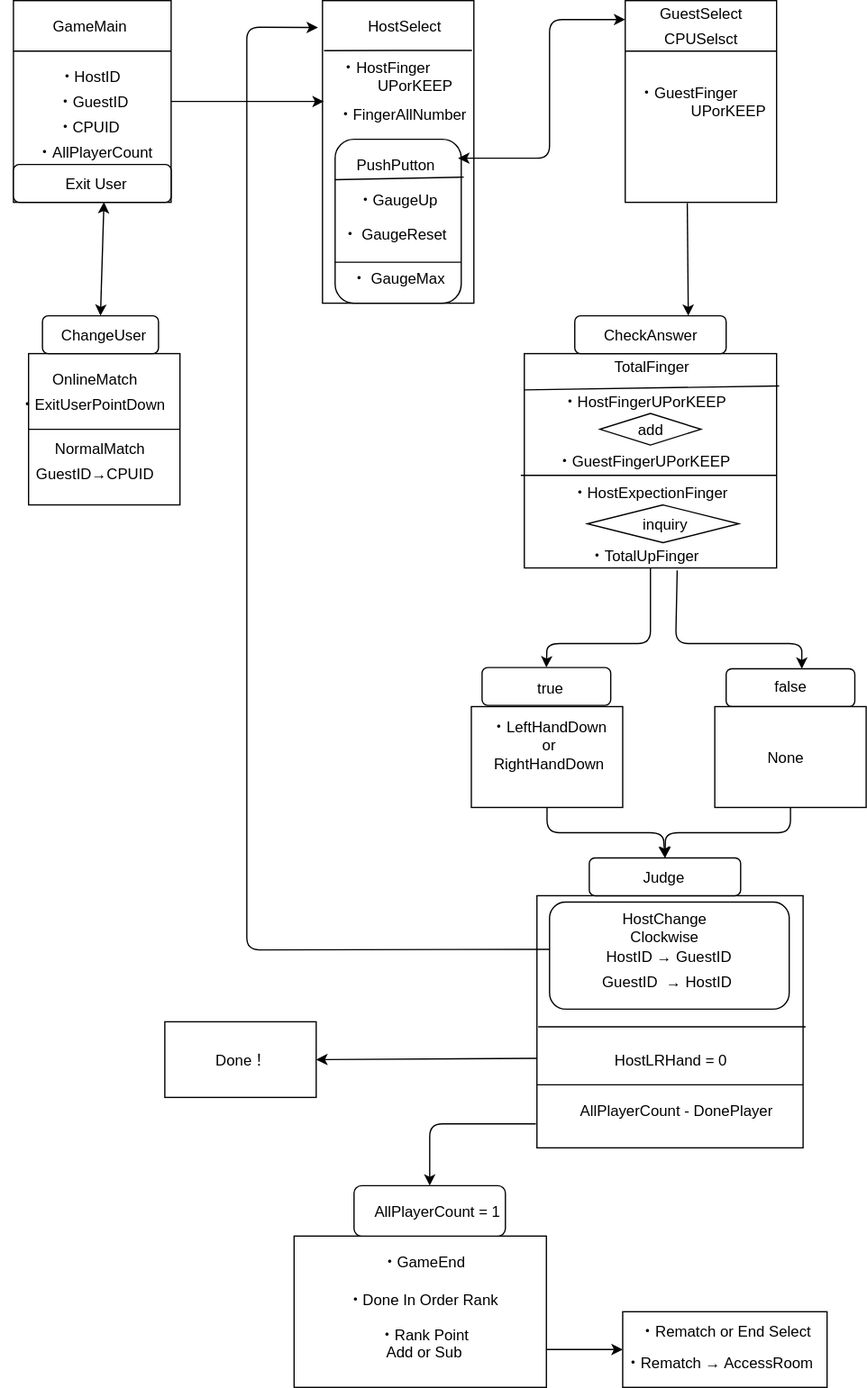
Above: メインクラス図.drawio のコピー.svg in netWork2019WinterMan/netWork2019WinterMan (draw.io), before the change. Source tidied: cells renumbered, new cells last; positions are measured from the earlier drawing's top-left corner, leaving out a move shared by most shapes.
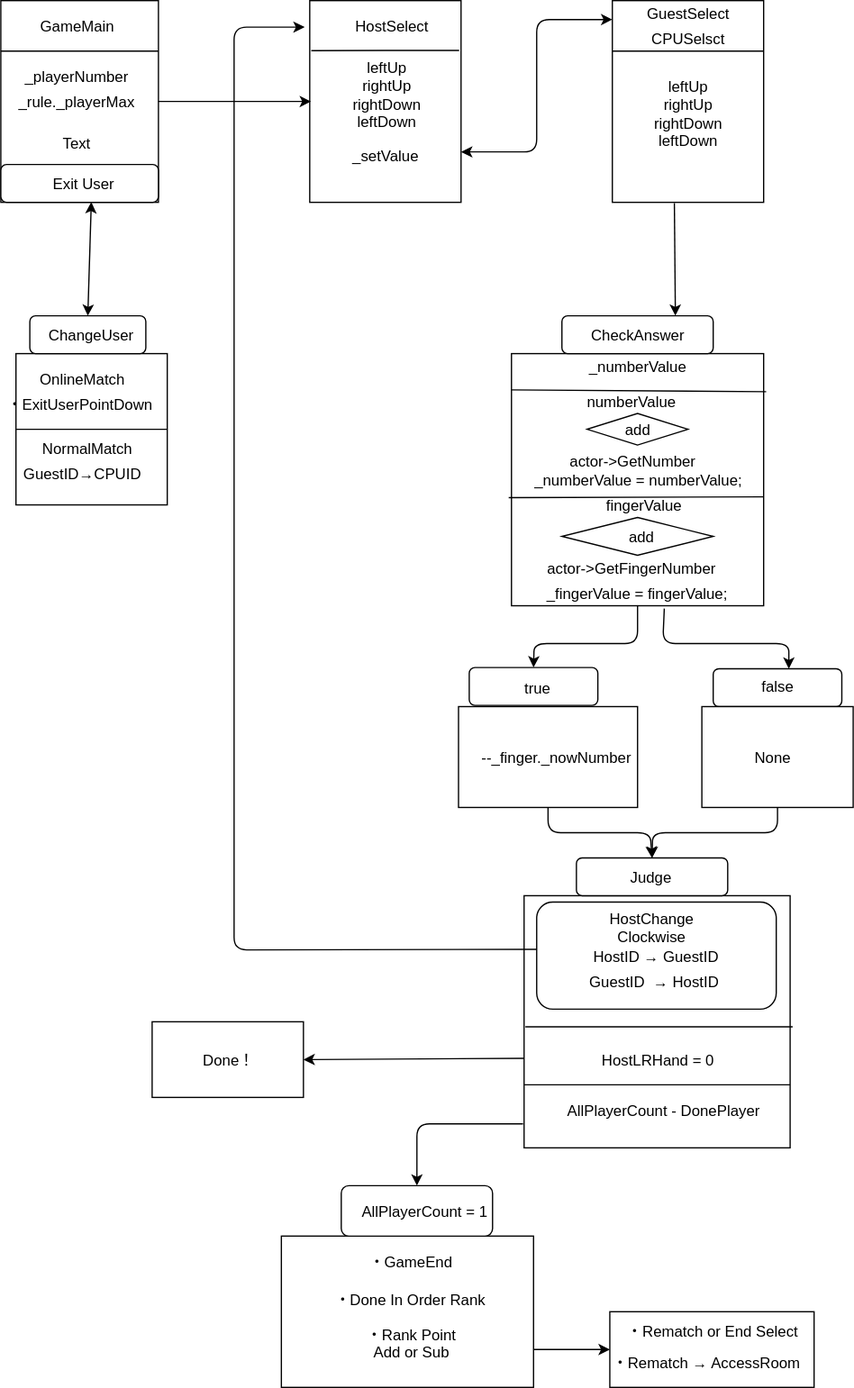
After the commit.

Commit message:
Update メインクラス図.drawio のコピー.svg

What changed in the source:
```diff
@@ -5,8 +5,8 @@
     <mxCell id="2" style="rounded=1;whiteSpace=wrap;html=1;" parent="1" vertex="1">
       <mxGeometry x="435" y="715" width="190" height="60" as="geometry" />
     </mxCell>
-    <mxCell id="3" style="rounded=0;whiteSpace=wrap;html=1;" parent="1" vertex="1">
-      <mxGeometry x="255" width="120" height="240" as="geometry" />
+    <mxCell id="3" style="text;html=1;strokeColor=#000000;fillColor=#ffffff;align=center;verticalAlign=middle;whiteSpace=wrap;rounded=0;fontFamily=Helvetica;fontSize=12;fontColor=#000000;" parent="1" vertex="1">
+      <mxGeometry x="255" width="120" height="160" as="geometry" />
     </mxCell>
     <mxCell id="4" style="endArrow=none;html=1;entryX=0.75;entryY=0;entryDx=0;entryDy=0;exitX=0.217;exitY=0.01;exitDx=0;exitDy=0;exitPerimeter=0;" parent="1" edge="1">
       <mxGeometry relative="1" as="geometry">
@@ -29,15 +29,6 @@
     <mxCell id="8" value="GameMain" style="text;html=1;strokeColor=none;fillColor=none;align=center;verticalAlign=middle;whiteSpace=wrap;rounded=0;" parent="1" vertex="1">
       <mxGeometry x="10" y="10" width="120" height="20" as="geometry" />
     </mxCell>
-    <mxCell id="9" value="・HostID" style="text;html=1;strokeColor=none;fillColor=none;align=center;verticalAlign=middle;whiteSpace=wrap;rounded=0;" parent="1" vertex="1">
-      <mxGeometry y="50" width="140" height="20" as="geometry" />
-    </mxCell>
-    <mxCell id="10" value="・GuestID" style="text;html=1;strokeColor=none;fillColor=none;align=center;verticalAlign=middle;whiteSpace=wrap;rounded=0;" parent="1" vertex="1">
-      <mxGeometry x="17.5" y="70" width="110" height="20" as="geometry" />
-    </mxCell>
-    <mxCell id="11" value="・CPUID" style="text;html=1;strokeColor=none;fillColor=none;align=center;verticalAlign=middle;whiteSpace=wrap;rounded=0;" parent="1" vertex="1">
-      <mxGeometry y="90" width="140" height="20" as="geometry" />
-    </mxCell>
     <mxCell id="12" style="edgeStyle=orthogonalEdgeStyle;rounded=0;orthogonalLoop=1;jettySize=auto;html=1;exitX=0.5;exitY=1;exitDx=0;exitDy=0;" parent="1" edge="1">
       <mxGeometry relative="1" as="geometry">
         <mxPoint x="320" y="80" as="sourcePoint" />
@@ -56,33 +47,9 @@
     <mxCell id="16" value="CPUSelsct" style="text;html=1;strokeColor=none;fillColor=none;align=center;verticalAlign=middle;whiteSpace=wrap;rounded=0;" parent="1" vertex="1">
       <mxGeometry x="495" y="20" width="120" height="20" as="geometry" />
     </mxCell>
-    <mxCell id="17" value="・GuestFinger&lt;br&gt;&amp;nbsp; &amp;nbsp; &amp;nbsp; &amp;nbsp; &amp;nbsp; &amp;nbsp; &amp;nbsp; &amp;nbsp; &amp;nbsp; &amp;nbsp;UPorKEEP" style="text;html=1;strokeColor=none;fillColor=none;align=center;verticalAlign=middle;whiteSpace=wrap;rounded=0;" parent="1" vertex="1">
-      <mxGeometry x="435" y="70" width="220" height="20" as="geometry" />
+    <mxCell id="17" value="leftUp&lt;br&gt;rightUp&lt;br&gt;rightDown&lt;br&gt;leftDown" style="text;html=1;strokeColor=none;fillColor=none;align=center;verticalAlign=middle;whiteSpace=wrap;rounded=0;" parent="1" vertex="1">
+      <mxGeometry x="520" y="52.5" width="70" height="75" as="geometry" />
     </mxCell>
-    <mxCell id="18" style="rounded=1;whiteSpace=wrap;html=1;" parent="1" vertex="1">
-      <mxGeometry x="265" y="110" width="100" height="130" as="geometry" />
-    </mxCell>
-    <mxCell id="19" value="PushPutton" style="text;html=1;strokeColor=none;fillColor=none;align=center;verticalAlign=middle;whiteSpace=wrap;rounded=0;" parent="1" vertex="1">
-      <mxGeometry x="262.5" y="120" width="100" height="20" as="geometry" />
-    </mxCell>
-    <mxCell id="20" style="endArrow=none;html=1;" parent="1" edge="1">
-      <mxGeometry relative="1" as="geometry">
-        <mxPoint x="265" y="142" as="sourcePoint" />
-        <mxPoint x="367" y="140" as="targetPoint" />
-      </mxGeometry>
-    </mxCell>
-    <mxCell id="21" value="・GaugeUp" style="text;html=1;strokeColor=none;fillColor=none;align=center;verticalAlign=middle;whiteSpace=wrap;rounded=0;" parent="1" vertex="1">
-      <mxGeometry x="265" y="147.5" width="100" height="20" as="geometry" />
-    </mxCell>
-    <mxCell id="22" value="・ GaugeMax" style="text;html=1;strokeColor=none;fillColor=none;align=center;verticalAlign=middle;whiteSpace=wrap;rounded=0;" parent="1" vertex="1">
-      <mxGeometry x="262.5" y="210" width="105" height="20" as="geometry" />
-    </mxCell>
-    <mxCell id="23" style="endArrow=none;html=1;entryX=1;entryY=0.75;entryDx=0;entryDy=0;exitX=0;exitY=0.75;exitDx=0;exitDy=0;" parent="1" edge="1" source="18" target="18">
-      <mxGeometry relative="1" as="geometry" />
-    </mxCell>
-    <mxCell id="24" value="・ GaugeReset" style="text;html=1;strokeColor=none;fillColor=none;align=center;verticalAlign=middle;whiteSpace=wrap;rounded=0;" parent="1" vertex="1">
-      <mxGeometry x="267.5" y="175" width="90" height="20" as="geometry" />
-    </mxCell>
     <mxCell id="25" style="endArrow=classic;html=1;exitX=1;exitY=0.5;exitDx=0;exitDy=0;" parent="1" edge="1" source="6">
       <mxGeometry relative="1" as="geometry">
         <mxPoint x="256" y="80" as="targetPoint" />
@@ -103,16 +70,16 @@
     <mxCell id="30" value="GuestID→CPUID" style="text;html=1;strokeColor=none;fillColor=none;align=center;verticalAlign=middle;whiteSpace=wrap;rounded=0;" parent="1" vertex="1">
       <mxGeometry x="15" y="365" width="120" height="20" as="geometry" />
     </mxCell>
-    <mxCell id="31" style="endArrow=classic;startArrow=classic;html=1;entryX=0;entryY=0.75;entryDx=0;entryDy=0;exitX=1;exitY=0.25;exitDx=0;exitDy=0;" parent="1" edge="1" source="19" target="15">
+    <mxCell id="31" style="endArrow=classic;startArrow=classic;html=1;entryX=0;entryY=0.75;entryDx=0;entryDy=0;exitX=1;exitY=0.75;exitDx=0;exitDy=0;" parent="1" edge="1" source="3" target="15">
       <mxGeometry relative="1" as="geometry">
         <Array as="points">
-          <mxPoint x="435" y="125" />
+          <mxPoint x="435" y="120" />
           <mxPoint x="435" y="15" />
         </Array>
       </mxGeometry>
     </mxCell>
     <mxCell id="32" style="rounded=0;whiteSpace=wrap;html=1;" parent="1" vertex="1">
-      <mxGeometry x="415" y="280" width="200" height="170" as="geometry" />
+      <mxGeometry x="415" y="280" width="200" height="200" as="geometry" />
     </mxCell>
     <mxCell id="33" style="rounded=1;whiteSpace=wrap;html=1;" parent="1" vertex="1">
       <mxGeometry x="455" y="250" width="120" height="30" as="geometry" />
@@ -141,10 +108,10 @@
     <mxCell id="41" style="endArrow=classic;startArrow=classic;html=1;exitX=0.5;exitY=0;exitDx=0;exitDy=0;entryX=0.574;entryY=0.993;entryDx=0;entryDy=0;entryPerimeter=0;" parent="1" edge="1" source="37" target="27">
       <mxGeometry relative="1" as="geometry" />
     </mxCell>
-    <mxCell id="42" value="・HostFinger&lt;br&gt;&amp;nbsp; &amp;nbsp; &amp;nbsp; &amp;nbsp; &amp;nbsp; &amp;nbsp; &amp;nbsp; UPorKEEP" style="text;html=1;strokeColor=none;fillColor=none;align=center;verticalAlign=middle;whiteSpace=wrap;rounded=0;" parent="1" vertex="1">
-      <mxGeometry x="247.5" y="40" width="115" height="40" as="geometry" />
+    <mxCell id="42" value="leftUp&lt;br&gt;rightUp&lt;br&gt;rightDown&lt;br&gt;leftDown" style="text;html=1;strokeColor=none;fillColor=none;align=center;verticalAlign=middle;whiteSpace=wrap;rounded=0;" parent="1" vertex="1">
+      <mxGeometry x="258" y="40" width="115" height="70" as="geometry" />
     </mxCell>
-    <mxCell id="43" value="・HostFingerUPorKEEP" style="text;html=1;strokeColor=none;fillColor=none;align=center;verticalAlign=middle;whiteSpace=wrap;rounded=0;" parent="1" vertex="1">
+    <mxCell id="43" value="numberValue" style="text;html=1;strokeColor=none;fillColor=none;align=center;verticalAlign=middle;whiteSpace=wrap;rounded=0;" parent="1" vertex="1">
       <mxGeometry x="415" y="300" width="190" height="35" as="geometry" />
     </mxCell>
     <mxCell id="44" style="rhombus;whiteSpace=wrap;html=1;direction=west;" parent="1" vertex="1">
@@ -153,35 +120,32 @@
     <mxCell id="45" value="add" style="text;html=1;strokeColor=none;fillColor=none;align=center;verticalAlign=middle;whiteSpace=wrap;rounded=0;" parent="1" vertex="1">
       <mxGeometry x="495" y="330" width="40" height="20" as="geometry" />
     </mxCell>
-    <mxCell id="46" value="・GuestFingerUPorKEEP" style="text;html=1;strokeColor=none;fillColor=none;align=center;verticalAlign=middle;whiteSpace=wrap;rounded=0;" parent="1" vertex="1">
+    <mxCell id="46" value="actor-&amp;gt;GetNumber" style="text;html=1;strokeColor=none;fillColor=none;align=center;verticalAlign=middle;whiteSpace=wrap;rounded=0;" parent="1" vertex="1">
       <mxGeometry x="400" y="355" width="220" height="20" as="geometry" />
     </mxCell>
-    <mxCell id="47" style="endArrow=none;html=1;entryX=1;entryY=0.568;entryDx=0;entryDy=0;exitX=-0.014;exitY=-0.17;exitDx=0;exitDy=0;exitPerimeter=0;entryPerimeter=0;" parent="1" edge="1" source="49" target="32">
+    <mxCell id="47" style="endArrow=none;html=1;entryX=1;entryY=0.568;entryDx=0;entryDy=0;exitX=-0.011;exitY=0.571;exitDx=0;exitDy=0;entryPerimeter=0;exitPerimeter=0;" parent="1" edge="1" source="32" target="32">
       <mxGeometry relative="1" as="geometry" />
     </mxCell>
-    <mxCell id="48" value="・FingerAllNumber" style="text;html=1;strokeColor=none;fillColor=none;align=center;verticalAlign=middle;whiteSpace=wrap;rounded=0;" parent="1" vertex="1">
-      <mxGeometry x="262.5" y="80" width="110" height="20" as="geometry" />
-    </mxCell>
-    <mxCell id="49" value="・HostExpectionFinger" style="text;html=1;strokeColor=none;fillColor=none;align=center;verticalAlign=middle;whiteSpace=wrap;rounded=0;" parent="1" vertex="1">
-      <mxGeometry x="415" y="380" width="200" height="20" as="geometry" />
+    <mxCell id="49" value="fingerValue" style="text;html=1;strokeColor=none;fillColor=none;align=center;verticalAlign=middle;whiteSpace=wrap;rounded=0;" parent="1" vertex="1">
+      <mxGeometry x="420" y="390" width="200" height="20" as="geometry" />
     </mxCell>
     <mxCell id="50" style="rhombus;whiteSpace=wrap;html=1;" parent="1" vertex="1">
-      <mxGeometry x="465" y="400" width="120" height="30" as="geometry" />
+      <mxGeometry x="455" y="410" width="120" height="30" as="geometry" />
     </mxCell>
-    <mxCell id="51" value="inquiry" style="text;html=1;strokeColor=none;fillColor=none;align=center;verticalAlign=middle;whiteSpace=wrap;rounded=0;" parent="1" vertex="1">
-      <mxGeometry x="478" y="405" width="97" height="20" as="geometry" />
+    <mxCell id="51" value="add" style="text;html=1;strokeColor=none;fillColor=none;align=center;verticalAlign=middle;whiteSpace=wrap;rounded=0;" parent="1" vertex="1">
+      <mxGeometry x="469" y="415" width="97" height="20" as="geometry" />
     </mxCell>
-    <mxCell id="52" value="・TotalUpFinger" style="text;html=1;strokeColor=none;fillColor=none;align=center;verticalAlign=middle;whiteSpace=wrap;rounded=0;" parent="1" vertex="1">
-      <mxGeometry x="410" y="430" width="200" height="20" as="geometry" />
+    <mxCell id="52" value="actor-&amp;gt;GetFingerNumber" style="text;html=1;strokeColor=none;fillColor=none;align=center;verticalAlign=middle;whiteSpace=wrap;rounded=0;" parent="1" vertex="1">
+      <mxGeometry x="410" y="440" width="200" height="20" as="geometry" />
     </mxCell>
     <mxCell id="53" style="endArrow=none;html=1;entryX=1.01;entryY=0.151;entryDx=0;entryDy=0;entryPerimeter=0;exitX=0;exitY=0.25;exitDx=0;exitDy=0;" parent="1" edge="1" source="43" target="32">
       <mxGeometry relative="1" as="geometry" />
     </mxCell>
-    <mxCell id="54" value="TotalFinger" style="text;html=1;strokeColor=none;fillColor=none;align=center;verticalAlign=middle;whiteSpace=wrap;rounded=0;" parent="1" vertex="1">
+    <mxCell id="54" value="_numberValue" style="text;html=1;strokeColor=none;fillColor=none;align=center;verticalAlign=middle;whiteSpace=wrap;rounded=0;" parent="1" vertex="1">
       <mxGeometry x="447.5" y="280" width="135" height="20" as="geometry" />
     </mxCell>
     <mxCell id="55" style="rounded=0;whiteSpace=wrap;html=1;" parent="1" vertex="1">
-      <mxGeometry x="373" y="560" width="120" height="80" as="geometry" />
+      <mxGeometry x="373" y="560" width="142" height="80" as="geometry" />
     </mxCell>
     <mxCell id="56" style="rounded=1;whiteSpace=wrap;html=1;" parent="1" vertex="1">
       <mxGeometry x="381.5" y="529" width="102" height="30" as="geometry" />
@@ -214,8 +178,8 @@
         </Array>
       </mxGeometry>
     </mxCell>
-    <mxCell id="63" value="・LeftHandDown&lt;br&gt;or&lt;br&gt;RightHandDown" style="text;html=1;strokeColor=none;fillColor=none;align=center;verticalAlign=middle;whiteSpace=wrap;rounded=0;" parent="1" vertex="1">
-      <mxGeometry x="385" y="570" width="100" height="40" as="geometry" />
+    <mxCell id="63" value="--_finger._nowNumber" style="text;html=1;strokeColor=none;fillColor=none;align=center;verticalAlign=middle;whiteSpace=wrap;rounded=0;" parent="1" vertex="1">
+      <mxGeometry x="385" y="580" width="130" height="40" as="geometry" />
     </mxCell>
     <mxCell id="64" value="None" style="text;html=1;strokeColor=none;fillColor=none;align=center;verticalAlign=middle;whiteSpace=wrap;rounded=0;" parent="1" vertex="1">
       <mxGeometry x="595" y="590" width="55" height="20" as="geometry" />
@@ -232,7 +196,7 @@
     <mxCell id="68" style="endArrow=classic;html=1;exitX=0.5;exitY=1;exitDx=0;exitDy=0;entryX=0.5;entryY=0;entryDx=0;entryDy=0;" parent="1" edge="1" source="55" target="66">
       <mxGeometry relative="1" as="geometry">
         <Array as="points">
-          <mxPoint x="433" y="660" />
+          <mxPoint x="444" y="660" />
           <mxPoint x="525" y="660" />
         </Array>
       </mxGeometry>
@@ -257,8 +221,9 @@
     <mxCell id="73" value="GuestID&amp;nbsp; → HostID" style="text;html=1;strokeColor=none;fillColor=none;align=center;verticalAlign=middle;whiteSpace=wrap;rounded=0;" parent="1" vertex="1">
       <mxGeometry x="433" y="767.5" width="190" height="20" as="geometry" />
     </mxCell>
-    <mxCell id="74" style="endArrow=classic;html=1;entryX=-0.03;entryY=0.089;entryDx=0;entryDy=0;entryPerimeter=0;exitX=0;exitY=0.25;exitDx=0;exitDy=0;" parent="1" edge="1" source="72" target="3">
+    <mxCell id="74" style="endArrow=classic;html=1;exitX=0;exitY=0.25;exitDx=0;exitDy=0;" parent="1" edge="1" source="72">
       <mxGeometry relative="1" as="geometry">
+        <mxPoint x="251" y="21" as="targetPoint" />
         <Array as="points">
           <mxPoint x="195" y="753" />
           <mxPoint x="195" y="21" />
@@ -299,9 +264,6 @@
     <mxCell id="83" value="AllPlayerCount - DonePlayer" style="text;html=1;strokeColor=none;fillColor=none;align=center;verticalAlign=middle;whiteSpace=wrap;rounded=0;" parent="1" vertex="1">
       <mxGeometry x="445" y="870" width="180" height="20" as="geometry" />
     </mxCell>
-    <mxCell id="84" value="・AllPlayerCount" style="text;html=1;strokeColor=none;fillColor=none;align=center;verticalAlign=middle;whiteSpace=wrap;rounded=0;" parent="1" vertex="1">
-      <mxGeometry x="25" y="110" width="100" height="20" as="geometry" />
-    </mxCell>
     <mxCell id="85" style="endArrow=none;html=1;entryX=1;entryY=0.75;entryDx=0;entryDy=0;exitX=0;exitY=0.75;exitDx=0;exitDy=0;" parent="1" edge="1" source="65" target="65">
       <mxGeometry relative="1" as="geometry" />
     </mxCell>
@@ -329,5 +291,23 @@
     <mxCell id="93" value="・Rematch → AccessRoom" style="text;html=1;strokeColor=none;fillColor=none;align=center;verticalAlign=middle;whiteSpace=wrap;rounded=0;" parent="1" vertex="1">
       <mxGeometry x="475" y="1070" width="189" height="20" as="geometry" />
     </mxCell>
+    <mxCell id="94" value="_playerNumber" style="text;html=1;strokeColor=none;fillColor=none;align=center;verticalAlign=middle;whiteSpace=wrap;rounded=0;" parent="1" vertex="1">
+      <mxGeometry x="15" y="50" width="110" height="20" as="geometry" />
+    </mxCell>
+    <mxCell id="95" value="_rule._playerMax" style="text;html=1;strokeColor=none;fillColor=none;align=center;verticalAlign=middle;whiteSpace=wrap;rounded=0;" parent="1" vertex="1">
+      <mxGeometry x="15" y="70" width="110" height="20" as="geometry" />
+    </mxCell>
+    <mxCell id="96" value="Text" style="text;html=1;strokeColor=none;fillColor=none;align=center;verticalAlign=middle;whiteSpace=wrap;rounded=0;" parent="1" vertex="1">
+      <mxGeometry x="15" y="103" width="110" height="20" as="geometry" />
+    </mxCell>
+    <mxCell id="97" value="_setValue" style="text;html=1;strokeColor=none;fillColor=none;align=center;verticalAlign=middle;whiteSpace=wrap;rounded=0;" parent="1" vertex="1">
+      <mxGeometry x="265" y="113" width="100" height="20" as="geometry" />
+    </mxCell>
+    <mxCell id="98" value="_numberValue = numberValue;" style="text;html=1;strokeColor=none;fillColor=none;align=center;verticalAlign=middle;whiteSpace=wrap;rounded=0;" parent="1" vertex="1">
+      <mxGeometry x="425" y="370" width="180" height="20" as="geometry" />
+    </mxCell>
+    <mxCell id="99" value="_fingerValue = fingerValue;" style="text;html=1;strokeColor=none;fillColor=none;align=center;verticalAlign=middle;whiteSpace=wrap;rounded=0;" parent="1" vertex="1">
+      <mxGeometry x="425" y="460" width="180" height="20" as="geometry" />
+    </mxCell>
   </root>
 </mxGraphModel>
```
